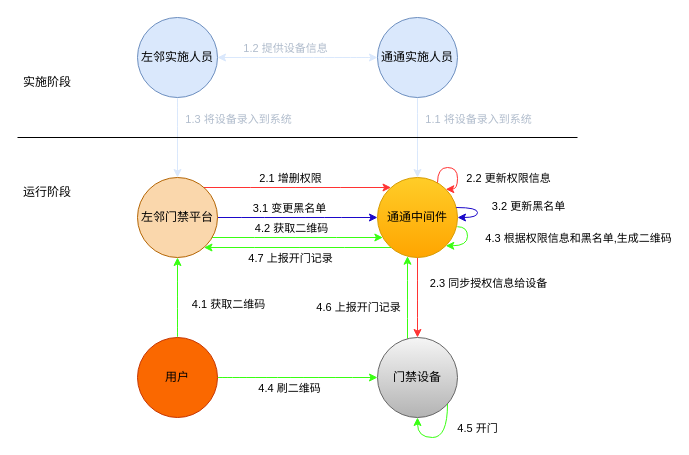
Above: 门禁.drawio in 63isOK/conference_graph (draw.io), before the change. Source tidied: cells renumbered, new cells numbered last; positions are measured from the earlier drawing's top-left corner, leaving out a move shared by most shapes. Both pictures are drawn from the tidied source at 100%, with x=0, y=0 at pixel (17, 17).
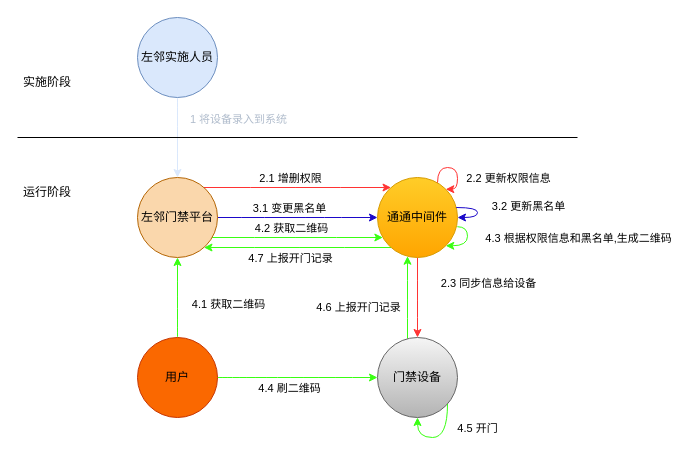
After the change.

Unchanged cells that the change refers to:
```xml
<mxCell id="2" style="edgeStyle=orthogonalEdgeStyle;curved=1;rounded=1;jettySize=auto;html=1;startArrow=none;startFill=0;strokeColor=#DAE8FC;" parent="1" edge="1" source="4" target="26">
  <mxGeometry relative="1" as="geometry" />
</mxCell>
<mxCell id="4" value="左邻实施人员" style="ellipse;whiteSpace=wrap;html=1;fillColor=#dae8fc;strokeColor=#6c8ebf;" parent="1" vertex="1">
  <mxGeometry x="120" width="80" height="80" as="geometry" />
</mxCell>
<mxCell id="5" style="edgeStyle=orthogonalEdgeStyle;curved=1;rounded=1;jettySize=auto;html=1;strokeColor=#FF3333;" parent="1" edge="1" source="11" target="19">
  <mxGeometry relative="1" as="geometry">
    <Array as="points">
      <mxPoint x="400" y="290" />
      <mxPoint x="400" y="290" />
    </Array>
  </mxGeometry>
</mxCell>
<mxCell id="11" value="通通中间件" style="ellipse;whiteSpace=wrap;html=1;fillColor=#ffcd28;strokeColor=#d79b00;gradientColor=#ffa500;" parent="1" vertex="1">
  <mxGeometry x="360" y="160" width="80" height="80" as="geometry" />
</mxCell>
```

The edit, as a diff of the source:
```diff
@@
-    <mxCell id="3" value="1.3 将设备录入到系统" style="edgeLabel;html=1;align=center;verticalAlign=middle;fontColor=#B0BCCC;" parent="2" vertex="1">
+    <mxCell id="3" value="1 将设备录入到系统" style="edgeLabel;html=1;align=center;verticalAlign=middle;fontColor=#B0BCCC;" parent="2" vertex="1">
       <mxGeometry x="-0.68" y="-1" relative="1" as="geometry">
         <mxPoint x="61" y="8" as="offset" />
       </mxGeometry>
     </mxCell>
@@
-    <mxCell id="6" value="2.3 同步授权信息给设备" style="edgeLabel;html=1;align=center;verticalAlign=middle;" parent="5" vertex="1">
+    <mxCell id="6" value="2.3 同步信息给设备" style="edgeLabel;html=1;align=center;verticalAlign=middle;" parent="5" vertex="1">
       <mxGeometry x="-0.15" y="-3" relative="1" as="geometry">
         <mxPoint x="73" y="-9" as="offset" />
       </mxGeometry>
     </mxCell>
@@
-    <mxCell id="27" style="edgeStyle=orthogonalEdgeStyle;rounded=1;jettySize=auto;html=1;curved=1;strokeColor=#DAE8FC;" parent="1" edge="1" source="31" target="11">
-      <mxGeometry relative="1" as="geometry">
-        <Array as="points">
-          <mxPoint x="400" y="110" />
-          <mxPoint x="400" y="110" />
-        </Array>
-      </mxGeometry>
-    </mxCell>
-    <mxCell id="28" value="1.1 将设备录入到系统" style="edgeLabel;html=1;align=center;verticalAlign=middle;fontColor=#B0BCCC;" parent="27" vertex="1">
-      <mxGeometry x="-0.68" y="-2" relative="1" as="geometry">
-        <mxPoint x="62" y="8" as="offset" />
-      </mxGeometry>
-    </mxCell>
-    <mxCell id="29" style="edgeStyle=orthogonalEdgeStyle;curved=1;rounded=1;jettySize=auto;html=1;startArrow=classic;startFill=1;strokeColor=#DAE8FC;" parent="1" edge="1" source="31" target="4">
-      <mxGeometry relative="1" as="geometry" />
-    </mxCell>
-    <mxCell id="30" value="1.2 提供设备信息" style="edgeLabel;html=1;align=center;verticalAlign=middle;fontColor=#B0BCCC;" parent="29" vertex="1">
-      <mxGeometry x="0.16" relative="1" as="geometry">
-        <mxPoint y="-10" as="offset" />
-      </mxGeometry>
-    </mxCell>
-    <mxCell id="31" value="通通实施人员" style="ellipse;whiteSpace=wrap;html=1;fillColor=#dae8fc;strokeColor=#6c8ebf;" parent="1" vertex="1">
-      <mxGeometry x="360" width="80" height="80" as="geometry" />
-    </mxCell>
```
